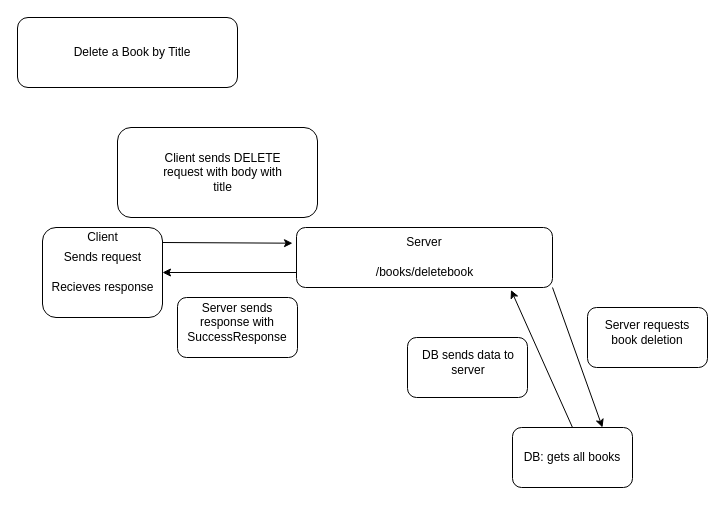
This is page "delete" (3 of 4) of crudbookdesign/diagrams.drawio from mz106/week-7-repo-beta, a draw.io file, before an edit. Source tidied: cells renumbered, new cells numbered last; positions are measured from the earlier drawing's top-left corner, leaving out a move shared by most shapes. Both pictures are drawn from the tidied source at 100%, with x=0, y=0 at pixel (17, 17).
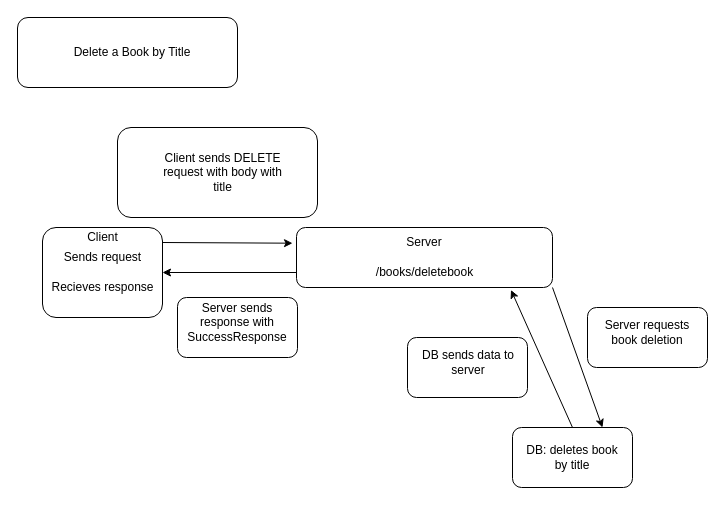
The same diagram, later.

What changed in the source:
```diff
@@
-    <mxCell id="13" value="DB: gets all books" style="text;html=1;strokeColor=none;fillColor=none;align=center;verticalAlign=middle;whiteSpace=wrap;rounded=0;" parent="1" vertex="1">
+    <mxCell id="13" value="DB: deletes book by title" style="text;html=1;strokeColor=none;fillColor=none;align=center;verticalAlign=middle;whiteSpace=wrap;rounded=0;" parent="1" vertex="1">
       <mxGeometry x="505" y="425" width="100" height="30" as="geometry" />
     </mxCell>
```
